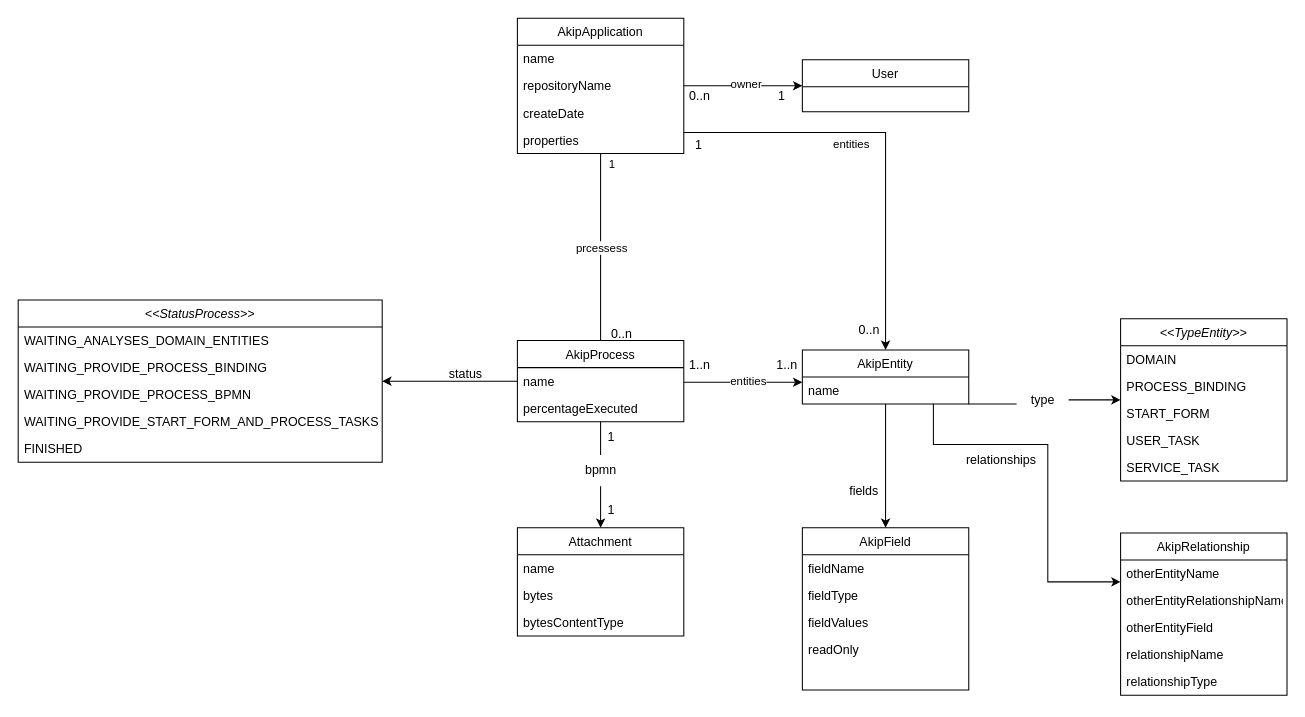
This is akip-generation-web-front-end.drawio from Taciomarques/akip-generation-web, a draw.io file, before an edit. Source tidied: cells renumbered, new cells numbered last; positions are measured from the earlier drawing's top-left corner, leaving out a move shared by most shapes. Both pictures are drawn from the tidied source at 104%, with x=0, y=0 at pixel (18, 18).
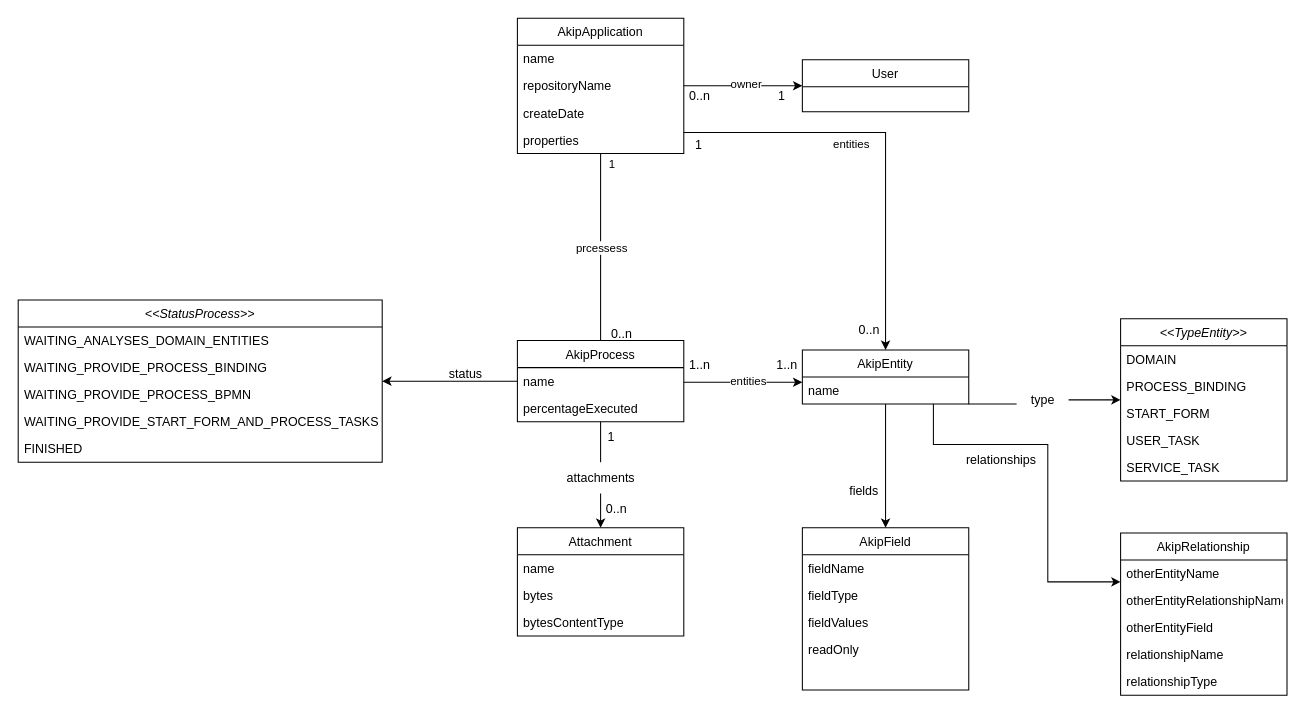
The same page after the edit.

The edit, as a diff of the source:
```diff
@@
-    <mxCell id="37" value="bpmn" style="text;html=1;align=center;verticalAlign=middle;points=[];strokeColor=none;fillColor=none;" parent="1" vertex="1">
-      <mxGeometry x="535" y="420" width="50" height="30" as="geometry" />
+    <mxCell id="37" value="attachments" style="text;html=1;align=center;verticalAlign=middle;points=[];strokeColor=none;fillColor=none;" parent="1" vertex="1">
+      <mxGeometry x="515" y="427" width="90" height="30" as="geometry" />
     </mxCell>
@@
-    <mxCell id="40" value="1" style="text;html=1;align=center;verticalAlign=middle;strokeColor=none;fillColor=none;" parent="1" vertex="1">
-      <mxGeometry x="555" y="458" width="30" height="30" as="geometry" />
+    <mxCell id="40" value="0..n" style="text;html=1;align=center;verticalAlign=middle;strokeColor=none;fillColor=none;" parent="1" vertex="1">
+      <mxGeometry x="555" y="457" width="40" height="30" as="geometry" />
     </mxCell>
```
